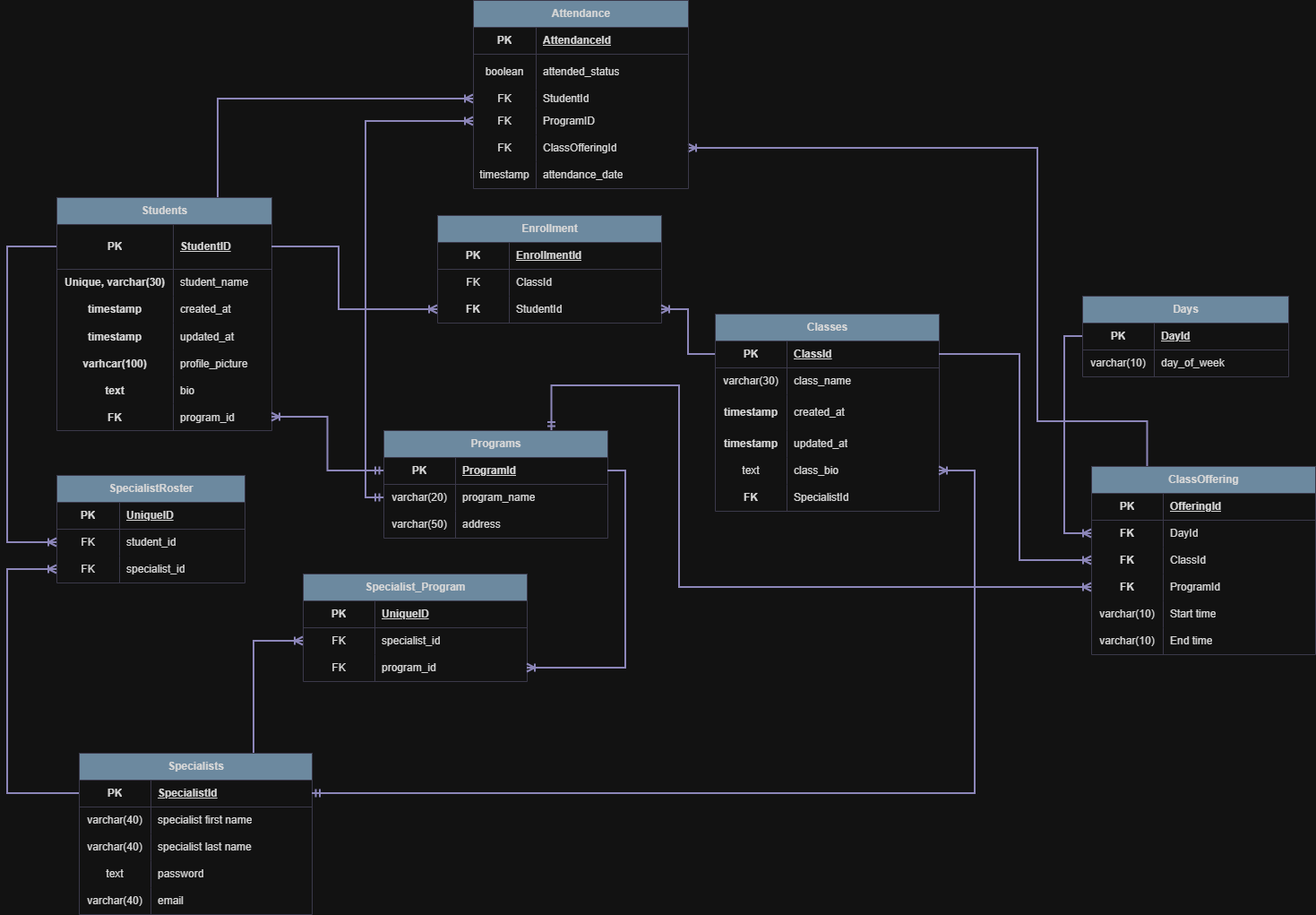
Before: AttendanceTrackerApp/docs/diagrams/attendance tracker schema diagram.png, a diagram exported from draw.io (darienmiller88/AttendanceTracker). Source tidied: cells renumbered, new cells last; positions are measured from the earlier drawing's top-left corner, leaving out a move shared by most shapes.
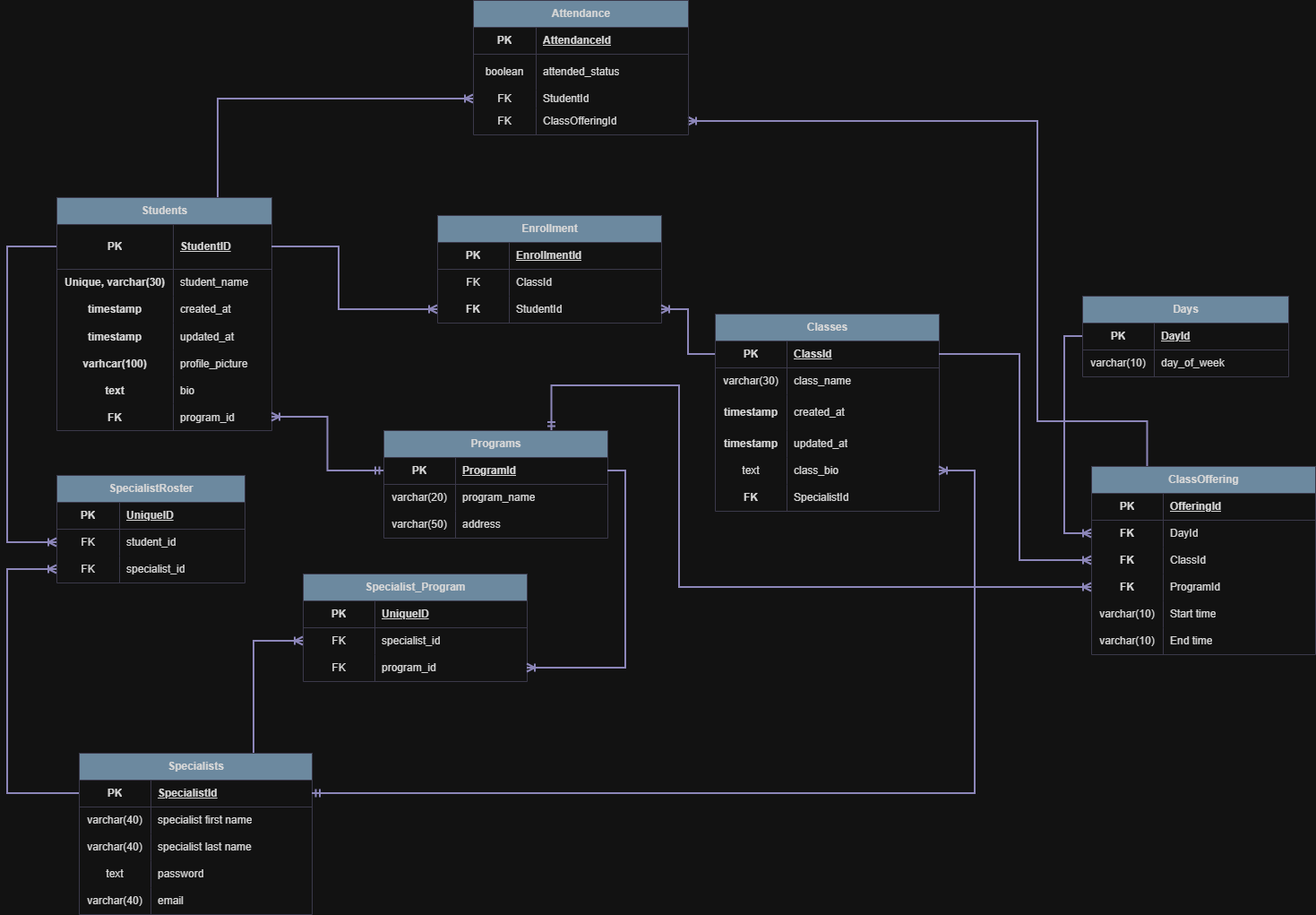
After the change.

Commit message:
chore: added new schema diagram picture

What changed in the source:
```diff
@@ -7,7 +7,7 @@
         <Array as="points">
           <mxPoint x="1273" y="470" />
           <mxPoint x="1150" y="470" />
-          <mxPoint x="1150" y="165" />
+          <mxPoint x="1150" y="135" />
         </Array>
       </mxGeometry>
     </mxCell>
@@ -138,7 +138,7 @@
       <mxGeometry x="130" width="110" height="30" as="geometry" />
     </mxCell>
     <mxCell id="45" value="Attendance" style="shape=table;startSize=30;rowLines=0;fontStyle=1;align=center;html=1;labelBackgroundColor=none;fillColor=#5D7F99;strokeColor=#D0CEE2;fontColor=#1A1A1A;" parent="1" vertex="1">
-      <mxGeometry x="520" width="240" height="210" as="geometry" />
+      <mxGeometry x="520" width="240" height="150" as="geometry" />
     </mxCell>
     <mxCell id="46" style="shape=tableRow;horizontal=0;startSize=0;swimlaneHead=0;swimlaneBody=0;fillColor=none;top=0;left=0;right=0;bottom=1;labelBackgroundColor=none;strokeColor=#D0CEE2;fontColor=#1A1A1A;" parent="45" vertex="1">
       <mxGeometry y="30" width="240" height="30" as="geometry" />
@@ -167,17 +167,8 @@
     <mxCell id="54" value="StudentId" style="shape=partialRectangle;fillColor=none;top=0;left=0;bottom=0;right=0;align=left;spacingLeft=6;overflow=hidden;whiteSpace=wrap;html=1;labelBackgroundColor=none;strokeColor=#D0CEE2;fontColor=#1A1A1A;" parent="52" vertex="1">
       <mxGeometry x="70" width="170" height="20" as="geometry" />
     </mxCell>
-    <mxCell id="55" style="shape=tableRow;horizontal=0;startSize=0;swimlaneHead=0;swimlaneBody=0;fillColor=none;points=[[0,0.5],[1,0.5]];portConstraint=eastwest;top=0;left=0;right=0;bottom=0;labelBackgroundColor=none;strokeColor=#D0CEE2;fontColor=#1A1A1A;" parent="45" vertex="1">
-      <mxGeometry y="120" width="240" height="30" as="geometry" />
-    </mxCell>
-    <mxCell id="56" value="FK" style="shape=partialRectangle;fillColor=none;top=0;left=0;bottom=0;right=0;overflow=hidden;whiteSpace=wrap;html=1;labelBackgroundColor=none;strokeColor=#D0CEE2;fontColor=#1A1A1A;" parent="55" vertex="1">
-      <mxGeometry width="70" height="30" as="geometry" />
-    </mxCell>
-    <mxCell id="57" value="ProgramID" style="shape=partialRectangle;fillColor=none;top=0;left=0;bottom=0;right=0;align=left;spacingLeft=6;overflow=hidden;whiteSpace=wrap;html=1;labelBackgroundColor=none;strokeColor=#D0CEE2;fontColor=#1A1A1A;" parent="55" vertex="1">
-      <mxGeometry x="70" width="170" height="30" as="geometry" />
-    </mxCell>
     <mxCell id="58" style="shape=tableRow;horizontal=0;startSize=0;swimlaneHead=0;swimlaneBody=0;fillColor=none;points=[[0,0.5],[1,0.5]];portConstraint=eastwest;top=0;left=0;right=0;bottom=0;labelBackgroundColor=none;strokeColor=#D0CEE2;fontColor=#1A1A1A;" parent="45" vertex="1">
-      <mxGeometry y="150" width="240" height="30" as="geometry" />
+      <mxGeometry y="120" width="240" height="30" as="geometry" />
     </mxCell>
     <mxCell id="59" value="FK" style="shape=partialRectangle;fillColor=none;top=0;left=0;bottom=0;right=0;overflow=hidden;whiteSpace=wrap;html=1;labelBackgroundColor=none;strokeColor=#D0CEE2;fontColor=#1A1A1A;" parent="58" vertex="1">
       <mxGeometry width="70" height="30" as="geometry" />
@@ -185,15 +176,6 @@
     <mxCell id="60" value="ClassOfferingId" style="shape=partialRectangle;fillColor=none;top=0;left=0;bottom=0;right=0;align=left;spacingLeft=6;overflow=hidden;whiteSpace=wrap;html=1;labelBackgroundColor=none;strokeColor=#D0CEE2;fontColor=#1A1A1A;" parent="58" vertex="1">
       <mxGeometry x="70" width="170" height="30" as="geometry" />
     </mxCell>
-    <mxCell id="61" style="shape=tableRow;horizontal=0;startSize=0;swimlaneHead=0;swimlaneBody=0;fillColor=none;top=0;left=0;right=0;bottom=0;labelBackgroundColor=none;strokeColor=#D0CEE2;fontColor=#1A1A1A;" parent="45" vertex="1">
-      <mxGeometry y="180" width="240" height="30" as="geometry" />
-    </mxCell>
-    <mxCell id="62" value="timestamp" style="shape=partialRectangle;fillColor=none;top=0;left=0;bottom=0;right=0;overflow=hidden;whiteSpace=wrap;html=1;labelBackgroundColor=none;strokeColor=#D0CEE2;fontColor=#1A1A1A;" parent="61" vertex="1">
-      <mxGeometry width="70" height="30" as="geometry" />
-    </mxCell>
-    <mxCell id="63" value="attendance_date" style="shape=partialRectangle;fillColor=none;top=0;left=0;bottom=0;right=0;align=left;spacingLeft=6;overflow=hidden;whiteSpace=wrap;html=1;labelBackgroundColor=none;strokeColor=#D0CEE2;fontColor=#1A1A1A;" parent="61" vertex="1">
-      <mxGeometry x="70" width="170" height="30" as="geometry" />
-    </mxCell>
     <mxCell id="64" value="Specialists" style="shape=table;startSize=30;rowLines=0;fontStyle=1;align=center;html=1;labelBackgroundColor=none;fillColor=#5D7F99;strokeColor=#D0CEE2;fontColor=#1A1A1A;" parent="1" vertex="1">
       <mxGeometry x="80" y="840" width="260" height="180" as="geometry" />
     </mxCell>
@@ -457,9 +439,6 @@
         </Array>
       </mxGeometry>
     </mxCell>
-    <mxCell id="143" style="edgeStyle=orthogonalEdgeStyle;rounded=0;jettySize=auto;html=1;exitX=0;exitY=0.5;exitDx=0;exitDy=0;entryX=0;entryY=0.5;entryDx=0;entryDy=0;strokeColor=#736CA8;fontColor=#1A1A1A;strokeWidth=2;endArrow=ERoneToMany;endFill=0;startArrow=ERmandOne;startFill=0;" parent="1" edge="1" source="148" target="55">
-      <mxGeometry relative="1" as="geometry" />
-    </mxCell>
     <mxCell id="144" value="Programs" style="shape=table;startSize=30;rowLines=0;fontStyle=1;align=center;html=1;strokeColor=#D0CEE2;fontColor=#1A1A1A;fillColor=#5D7F99;" parent="1" vertex="1">
       <mxGeometry x="420" y="480" width="250" height="120" as="geometry" />
     </mxCell>
```
